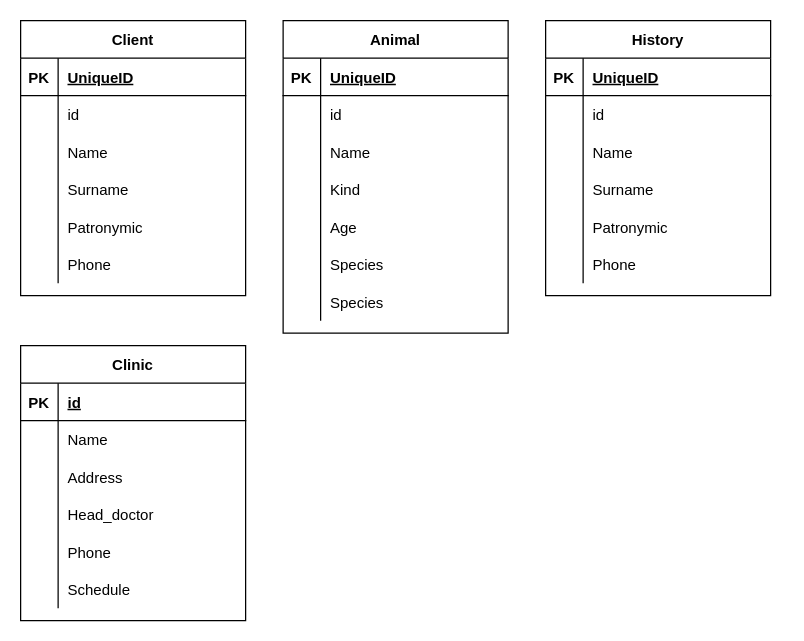
Earlier version of the draw.io diagram Untitled Diagram.drawio (21shunya/vet). Source tidied: cells renumbered, new cells numbered last; positions are measured from the earlier drawing's top-left corner, leaving out a move shared by most shapes. Both pictures are drawn from the tidied source at 125%, with x=0, y=0 at pixel (20, 20).
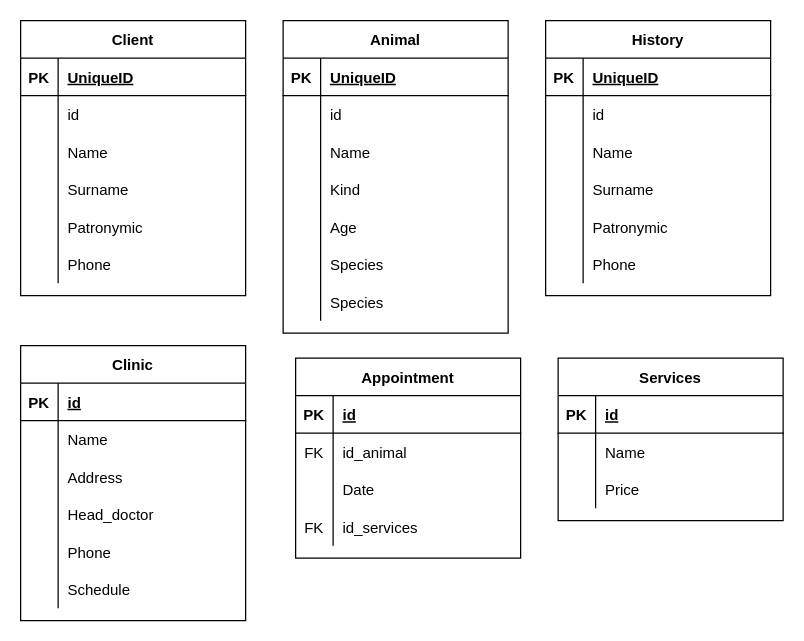
Above is the later version.

Commit message:
appoint+serv

The edit, as a diff of the source:
```diff
@@
+    <mxCell id="81" value="Appointment" style="shape=table;startSize=30;childLayout=tableLayout;rowLines=0;fontStyle=1;align=center;" parent="1" vertex="1">
+      <mxGeometry x="220" y="270" width="180" height="160" as="geometry" />
+    </mxCell>
+    <mxCell id="82" style="shape=partialRectangle;fillColor=none;top=0;left=0;bottom=1;right=0;" parent="81" vertex="1">
+      <mxGeometry y="30" width="180" height="30" as="geometry" />
+    </mxCell>
+    <mxCell id="83" value="PK" style="shape=partialRectangle;fillColor=none;top=0;left=0;bottom=0;right=0;fontStyle=1;overflow=hidden;" parent="82" vertex="1">
+      <mxGeometry width="30" height="30" as="geometry" />
+    </mxCell>
+    <mxCell id="84" value="id" style="shape=partialRectangle;fillColor=none;top=0;left=0;bottom=0;right=0;align=left;spacingLeft=6;fontStyle=5;overflow=hidden;" parent="82" vertex="1">
+      <mxGeometry x="30" width="150" height="30" as="geometry" />
+    </mxCell>
+    <mxCell id="85" style="shape=partialRectangle;fillColor=none;top=0;left=0;bottom=0;right=0;" parent="81" vertex="1">
+      <mxGeometry y="60" width="180" height="30" as="geometry" />
+    </mxCell>
+    <mxCell id="86" value="FK" style="shape=partialRectangle;fillColor=none;top=0;left=0;bottom=0;right=0;fontStyle=0;overflow=hidden;" parent="85" vertex="1">
+      <mxGeometry width="30" height="30" as="geometry" />
+    </mxCell>
+    <mxCell id="87" value="id_animal" style="shape=partialRectangle;fillColor=none;top=0;left=0;bottom=0;right=0;align=left;spacingLeft=6;fontStyle=0;overflow=hidden;" parent="85" vertex="1">
+      <mxGeometry x="30" width="150" height="30" as="geometry" />
+    </mxCell>
+    <mxCell id="88" style="shape=partialRectangle;fillColor=none;top=0;left=0;bottom=0;right=0;" parent="81" vertex="1">
+      <mxGeometry y="90" width="180" height="30" as="geometry" />
+    </mxCell>
+    <mxCell id="89" style="shape=partialRectangle;fillColor=none;top=0;left=0;bottom=0;right=0;overflow=hidden;" parent="88" vertex="1">
+      <mxGeometry width="30" height="30" as="geometry" />
+    </mxCell>
+    <mxCell id="90" value="Date" style="shape=partialRectangle;fillColor=none;top=0;left=0;bottom=0;right=0;align=left;spacingLeft=6;overflow=hidden;" parent="88" vertex="1">
+      <mxGeometry x="30" width="150" height="30" as="geometry" />
+    </mxCell>
+    <mxCell id="91" style="shape=partialRectangle;fillColor=none;top=0;left=0;bottom=0;right=0;" parent="81" vertex="1">
+      <mxGeometry y="120" width="180" height="30" as="geometry" />
+    </mxCell>
+    <mxCell id="92" value="FK" style="shape=partialRectangle;fillColor=none;top=0;left=0;bottom=0;right=0;fontStyle=0;overflow=hidden;" parent="91" vertex="1">
+      <mxGeometry width="30" height="30" as="geometry" />
+    </mxCell>
+    <mxCell id="93" value="id_services" style="shape=partialRectangle;fillColor=none;top=0;left=0;bottom=0;right=0;align=left;spacingLeft=6;fontStyle=0;overflow=hidden;" parent="91" vertex="1">
+      <mxGeometry x="30" width="150" height="30" as="geometry" />
+    </mxCell>
+    <mxCell id="94" value="Services" style="shape=table;startSize=30;childLayout=tableLayout;rowLines=0;fontStyle=1;align=center;" parent="1" vertex="1">
+      <mxGeometry x="430" y="270" width="180" height="130" as="geometry" />
+    </mxCell>
+    <mxCell id="95" style="shape=partialRectangle;fillColor=none;top=0;left=0;bottom=1;right=0;" parent="94" vertex="1">
+      <mxGeometry y="30" width="180" height="30" as="geometry" />
+    </mxCell>
+    <mxCell id="96" value="PK" style="shape=partialRectangle;fillColor=none;top=0;left=0;bottom=0;right=0;fontStyle=1;overflow=hidden;" parent="95" vertex="1">
+      <mxGeometry width="30" height="30" as="geometry" />
+    </mxCell>
+    <mxCell id="97" value="id" style="shape=partialRectangle;fillColor=none;top=0;left=0;bottom=0;right=0;align=left;spacingLeft=6;fontStyle=5;overflow=hidden;" parent="95" vertex="1">
+      <mxGeometry x="30" width="150" height="30" as="geometry" />
+    </mxCell>
+    <mxCell id="98" style="shape=partialRectangle;fillColor=none;top=0;left=0;bottom=0;right=0;" parent="94" vertex="1">
+      <mxGeometry y="60" width="180" height="30" as="geometry" />
+    </mxCell>
+    <mxCell id="99" style="shape=partialRectangle;fillColor=none;top=0;left=0;bottom=0;right=0;overflow=hidden;" parent="98" vertex="1">
+      <mxGeometry width="30" height="30" as="geometry" />
+    </mxCell>
+    <mxCell id="100" value="Name" style="shape=partialRectangle;fillColor=none;top=0;left=0;bottom=0;right=0;align=left;spacingLeft=6;overflow=hidden;" parent="98" vertex="1">
+      <mxGeometry x="30" width="150" height="30" as="geometry" />
+    </mxCell>
+    <mxCell id="101" style="shape=partialRectangle;fillColor=none;top=0;left=0;bottom=0;right=0;" parent="94" vertex="1">
+      <mxGeometry y="90" width="180" height="30" as="geometry" />
+    </mxCell>
+    <mxCell id="102" style="shape=partialRectangle;fillColor=none;top=0;left=0;bottom=0;right=0;overflow=hidden;" parent="101" vertex="1">
+      <mxGeometry width="30" height="30" as="geometry" />
+    </mxCell>
+    <mxCell id="103" value="Price" style="shape=partialRectangle;fillColor=none;top=0;left=0;bottom=0;right=0;align=left;spacingLeft=6;overflow=hidden;" parent="101" vertex="1">
+      <mxGeometry x="30" width="150" height="30" as="geometry" />
+    </mxCell>
```
